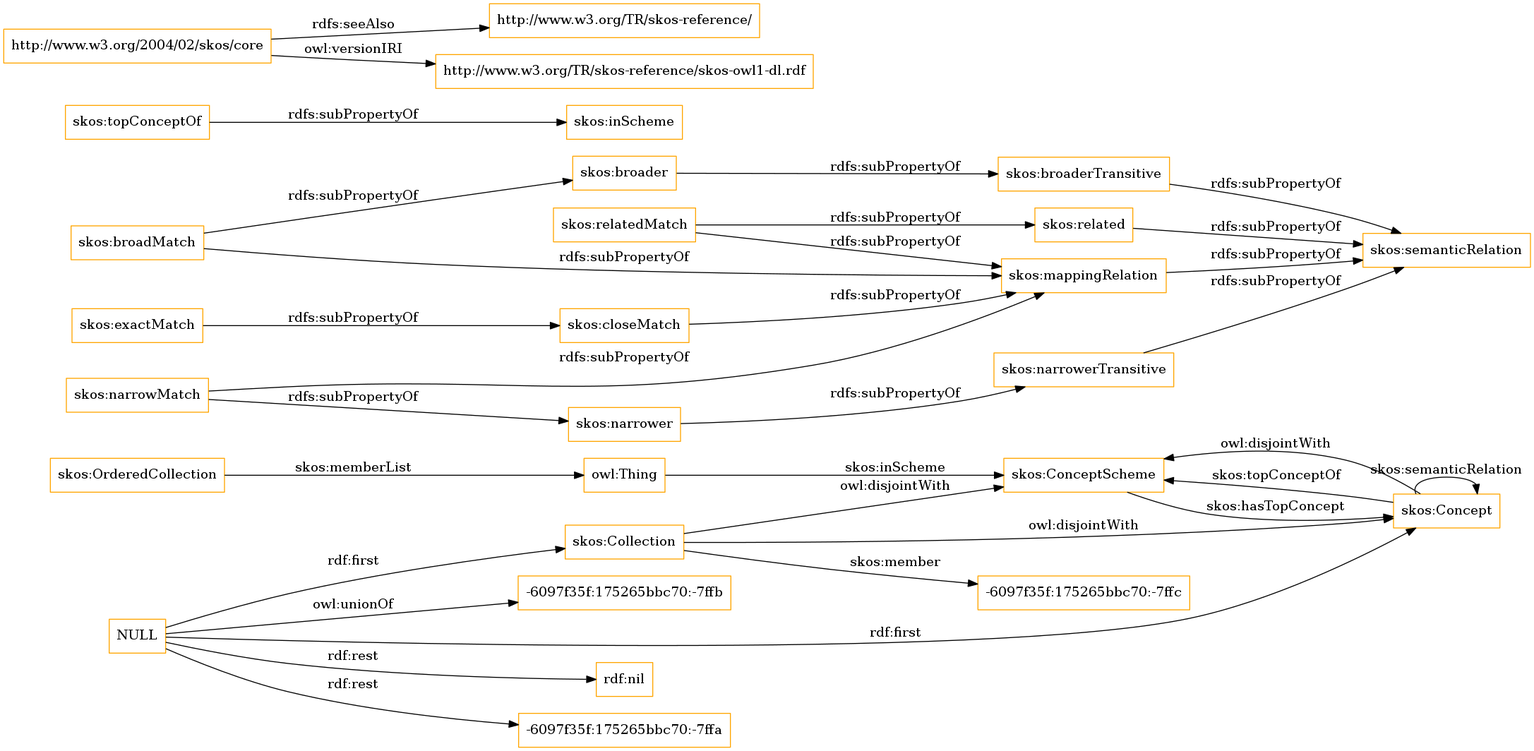
The Graphviz diagram OnToology/imports/skos.owl/diagrams/ar2dtool-class/skos.owl.png in OnToologyUser/core-ontology-1, before a commit. Its source is kept beside it as OnToology/imports/skos.owl/diagrams/ar2dtool-class/skos.owl.png.dot.
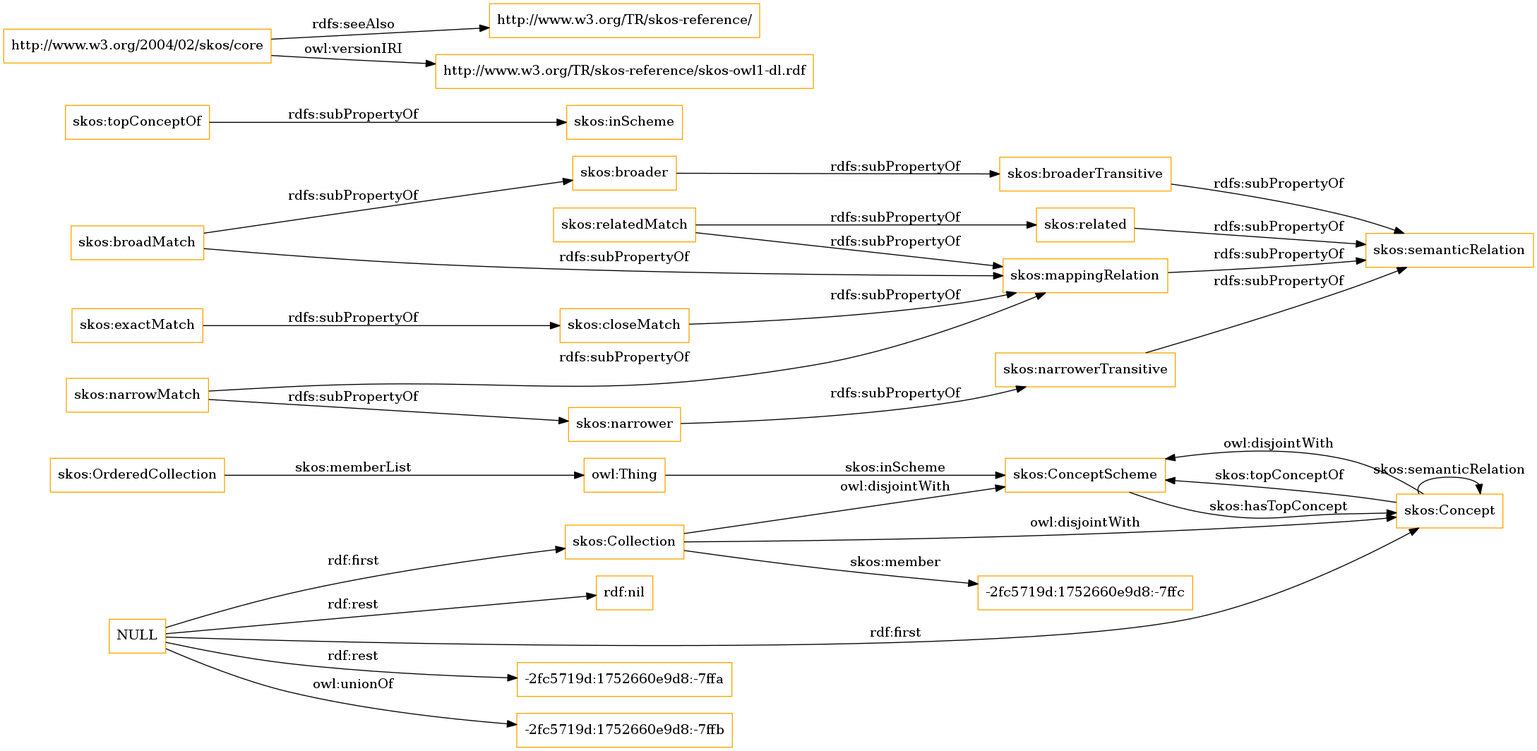
The same file after the commit.

What changed in the source:
```diff
@@ -1,13 +1,13 @@
 digraph ar2dtool_diagram {
 rankdir=LR;
 size="1501"
-node [shape = rectangle, color="orange"]; "skos:OrderedCollection" "skos:ConceptScheme" "skos:Concept" "skos:Collection" "-6097f35f:175265bbc70:-7ffc" ; /*classes style*/
+node [shape = rectangle, color="orange"]; "skos:OrderedCollection" "skos:ConceptScheme" "skos:Concept" "skos:Collection" "-2fc5719d:1752660e9d8:-7ffc" ; /*classes style*/
 	"skos:narrowerTransitive" -> "skos:semanticRelation" [ label = "rdfs:subPropertyOf" ];
+	"NULL" -> "-2fc5719d:1752660e9d8:-7ffa" [ label = "rdf:rest" ];
+	"NULL" -> "skos:Collection" [ label = "rdf:first" ];
+	"NULL" -> "-2fc5719d:1752660e9d8:-7ffb" [ label = "owl:unionOf" ];
 	"NULL" -> "rdf:nil" [ label = "rdf:rest" ];
 	"NULL" -> "skos:Concept" [ label = "rdf:first" ];
-	"NULL" -> "-6097f35f:175265bbc70:-7ffa" [ label = "rdf:rest" ];
-	"NULL" -> "skos:Collection" [ label = "rdf:first" ];
-	"NULL" -> "-6097f35f:175265bbc70:-7ffb" [ label = "owl:unionOf" ];
 	"skos:closeMatch" -> "skos:mappingRelation" [ label = "rdfs:subPropertyOf" ];
 	"skos:Concept" -> "skos:ConceptScheme" [ label = "owl:disjointWith" ];
 	"skos:relatedMatch" -> "skos:related" [ label = "rdfs:subPropertyOf" ];
@@ -30,7 +30,7 @@
 	"skos:OrderedCollection" -> "owl:Thing" [ label = "skos:memberList" ];
 	"skos:Concept" -> "skos:ConceptScheme" [ label = "skos:topConceptOf" ];
 	"skos:Concept" -> "skos:Concept" [ label = "skos:semanticRelation" ];
-	"skos:Collection" -> "-6097f35f:175265bbc70:-7ffc" [ label = "skos:member" ];
+	"skos:Collection" -> "-2fc5719d:1752660e9d8:-7ffc" [ label = "skos:member" ];
 	"skos:ConceptScheme" -> "skos:Concept" [ label = "skos:hasTopConcept" ];
 	"owl:Thing" -> "skos:ConceptScheme" [ label = "skos:inScheme" ];
 
```
